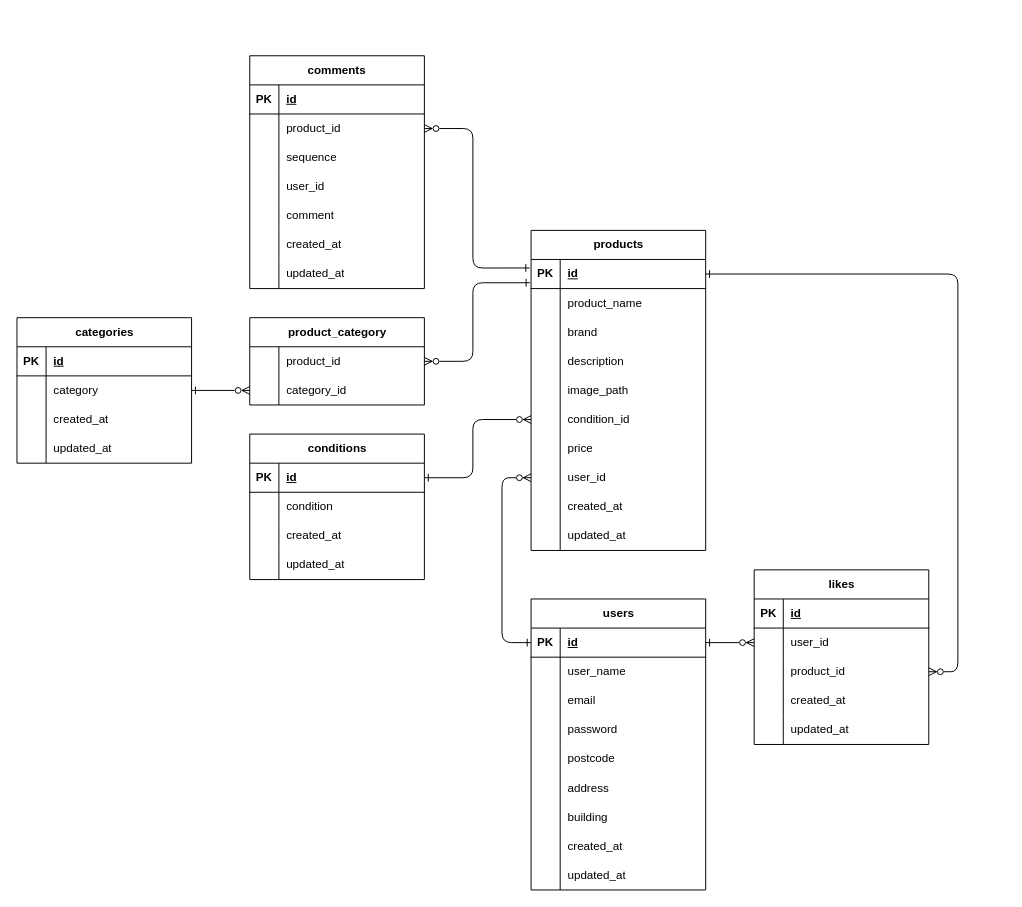
This is ER図..drawio from Takeshi410/fleamarket, a draw.io file, before an edit. Source tidied: cells renumbered, new cells numbered last; positions are measured from the earlier drawing's top-left corner, leaving out a move shared by most shapes. Both pictures are drawn from the tidied source at 97%, with x=0, y=0 at pixel (16, 55).
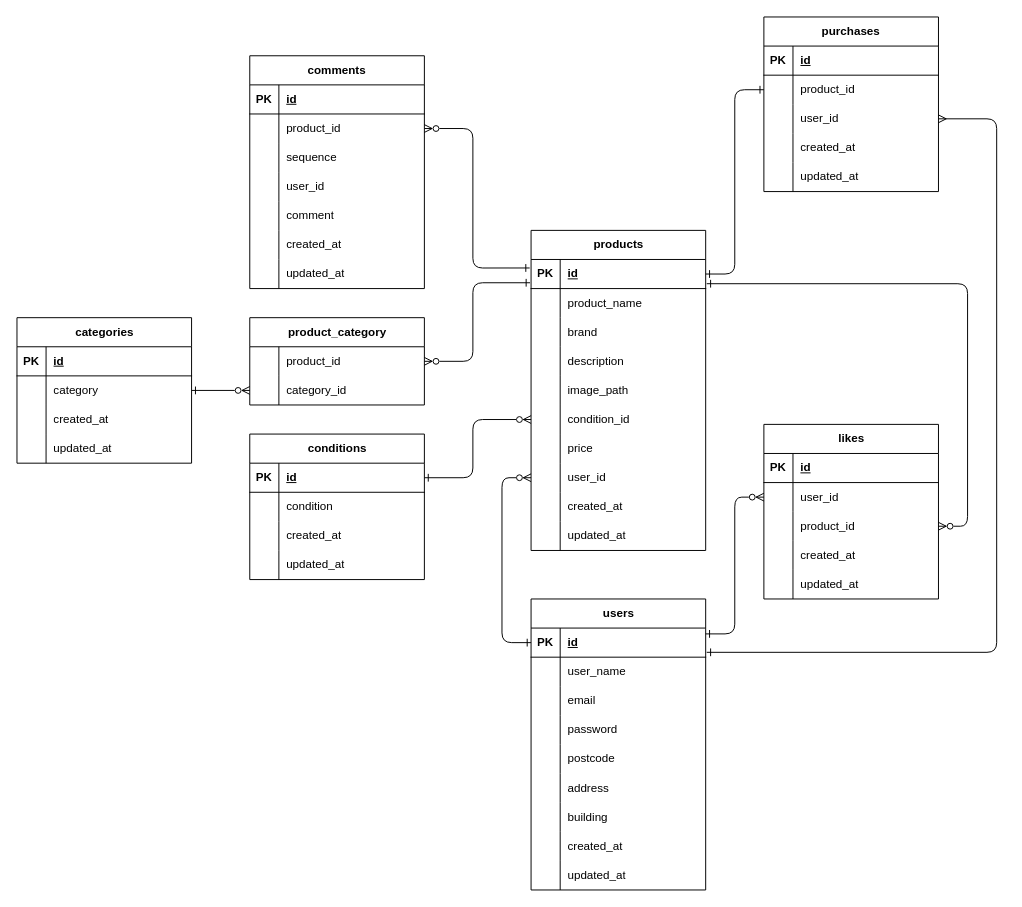
The same diagram, later.

The change refers to these unchanged cells:
```xml
<mxCell id="3" style="shape=tableRow;horizontal=0;startSize=0;swimlaneHead=0;swimlaneBody=0;fillColor=none;points=[[0,0.5],[1,0.5]];portConstraint=eastwest;top=0;left=0;right=0;bottom=1;" parent="2" vertex="1">
  <mxGeometry y="30" width="180" height="30" as="geometry" />
</mxCell>
<mxCell id="61" style="shape=tableRow;horizontal=0;startSize=0;swimlaneHead=0;swimlaneBody=0;fillColor=none;points=[[0,0.5],[1,0.5]];portConstraint=eastwest;top=0;left=0;right=0;bottom=1;" parent="60" vertex="1">
  <mxGeometry y="30" width="180" height="30" as="geometry" />
</mxCell>
<mxCell id="92" style="shape=tableRow;horizontal=0;startSize=0;swimlaneHead=0;swimlaneBody=0;fillColor=none;points=[[0,0.5],[1,0.5]];portConstraint=eastwest;top=0;left=0;right=0;bottom=0;" parent="88" vertex="1">
  <mxGeometry y="60" width="180" height="30" as="geometry" />
</mxCell>
<mxCell id="95" style="shape=tableRow;horizontal=0;startSize=0;swimlaneHead=0;swimlaneBody=0;fillColor=none;points=[[0,0.5],[1,0.5]];portConstraint=eastwest;top=0;left=0;right=0;bottom=0;" parent="88" vertex="1">
  <mxGeometry y="90" width="180" height="30" as="geometry" />
</mxCell>
```

The edit, as a diff of the source:
```diff
@@
     <mxCell id="88" value="likes" style="shape=table;startSize=30;childLayout=tableLayout;rowLines=0;fontStyle=1;align=center;html=1;" parent="1" vertex="1">
-      <mxGeometry x="760" y="530" width="180" height="180" as="geometry" />
+      <mxGeometry x="770" y="380" width="180" height="180" as="geometry" />
     </mxCell>
@@
-    <mxCell id="126" style="edgeStyle=none;html=1;entryX=1;entryY=0.5;entryDx=0;entryDy=0;endArrow=ERone;endFill=0;startArrow=ERzeroToMany;startFill=0;" parent="1" edge="1" source="92" target="61">
+    <mxCell id="126" style="edgeStyle=orthogonalEdgeStyle;html=1;endArrow=ERone;endFill=0;startArrow=ERzeroToMany;startFill=0;exitX=0;exitY=0.5;exitDx=0;exitDy=0;entryX=1;entryY=0.2;entryDx=0;entryDy=0;entryPerimeter=0;" parent="1" edge="1" source="92" target="61">
       <mxGeometry relative="1" as="geometry" />
     </mxCell>
-    <mxCell id="127" style="edgeStyle=orthogonalEdgeStyle;html=1;entryX=1;entryY=0.5;entryDx=0;entryDy=0;exitX=1;exitY=0.5;exitDx=0;exitDy=0;endArrow=ERone;endFill=0;startArrow=ERzeroToMany;startFill=0;" parent="1" edge="1" source="95" target="3">
+    <mxCell id="127" style="edgeStyle=orthogonalEdgeStyle;html=1;exitX=1;exitY=0.5;exitDx=0;exitDy=0;endArrow=ERone;endFill=0;startArrow=ERzeroToMany;startFill=0;entryX=1.006;entryY=0.833;entryDx=0;entryDy=0;entryPerimeter=0;" parent="1" edge="1" source="95" target="3">
       <mxGeometry relative="1" as="geometry">
         <Array as="points">
-          <mxPoint x="970" y="635" />
-          <mxPoint x="970" y="225" />
+          <mxPoint x="980" y="485" />
+          <mxPoint x="980" y="235" />
         </Array>
       </mxGeometry>
     </mxCell>
@@
+    <mxCell id="139" value="purchases" style="shape=table;startSize=30;childLayout=tableLayout;rowLines=0;fontStyle=1;align=center;html=1;whiteSpace=wrap;" parent="1" vertex="1">
+      <mxGeometry x="770" y="-40" width="180" height="180" as="geometry" />
+    </mxCell>
+    <mxCell id="140" style="shape=tableRow;horizontal=0;startSize=0;swimlaneHead=0;swimlaneBody=0;fillColor=none;top=0;left=0;right=0;bottom=1;" parent="139" vertex="1">
+      <mxGeometry y="30" width="180" height="30" as="geometry" />
+    </mxCell>
+    <mxCell id="141" value="PK" style="shape=partialRectangle;fillColor=none;top=0;left=0;bottom=0;right=0;fontStyle=1;overflow=hidden;whiteSpace=wrap;html=1;" parent="140" vertex="1">
+      <mxGeometry width="30" height="30" as="geometry" />
+    </mxCell>
+    <mxCell id="142" value="id" style="shape=partialRectangle;fillColor=none;top=0;left=0;bottom=0;right=0;align=left;spacingLeft=6;fontStyle=5;overflow=hidden;whiteSpace=wrap;html=1;" parent="140" vertex="1">
+      <mxGeometry x="30" width="150" height="30" as="geometry" />
+    </mxCell>
+    <mxCell id="143" style="shape=tableRow;horizontal=0;startSize=0;swimlaneHead=0;swimlaneBody=0;fillColor=none;points=[[0,0.5],[1,0.5]];portConstraint=eastwest;top=0;left=0;right=0;bottom=0;" parent="139" vertex="1">
+      <mxGeometry y="60" width="180" height="30" as="geometry" />
+    </mxCell>
+    <mxCell id="144" style="shape=partialRectangle;fillColor=none;top=0;left=0;bottom=0;right=0;overflow=hidden;whiteSpace=wrap;html=1;" parent="143" vertex="1">
+      <mxGeometry width="30" height="30" as="geometry" />
+    </mxCell>
+    <mxCell id="145" value="product_id" style="shape=partialRectangle;fillColor=none;top=0;left=0;bottom=0;right=0;align=left;spacingLeft=6;overflow=hidden;whiteSpace=wrap;html=1;" parent="143" vertex="1">
+      <mxGeometry x="30" width="150" height="30" as="geometry" />
+    </mxCell>
+    <mxCell id="146" style="shape=tableRow;horizontal=0;startSize=0;swimlaneHead=0;swimlaneBody=0;fillColor=none;points=[[0,0.5],[1,0.5]];portConstraint=eastwest;top=0;left=0;right=0;bottom=0;" parent="139" vertex="1">
+      <mxGeometry y="90" width="180" height="30" as="geometry" />
+    </mxCell>
+    <mxCell id="147" style="shape=partialRectangle;fillColor=none;top=0;left=0;bottom=0;right=0;overflow=hidden;whiteSpace=wrap;html=1;" parent="146" vertex="1">
+      <mxGeometry width="30" height="30" as="geometry" />
+    </mxCell>
+    <mxCell id="148" value="user_id" style="shape=partialRectangle;fillColor=none;top=0;left=0;bottom=0;right=0;align=left;spacingLeft=6;overflow=hidden;whiteSpace=wrap;html=1;" parent="146" vertex="1">
+      <mxGeometry x="30" width="150" height="30" as="geometry" />
+    </mxCell>
+    <mxCell id="149" style="shape=tableRow;horizontal=0;startSize=0;swimlaneHead=0;swimlaneBody=0;fillColor=none;top=0;left=0;right=0;bottom=0;" parent="139" vertex="1">
+      <mxGeometry y="120" width="180" height="30" as="geometry" />
+    </mxCell>
+    <mxCell id="150" style="shape=partialRectangle;fillColor=none;top=0;left=0;bottom=0;right=0;overflow=hidden;whiteSpace=wrap;html=1;" parent="149" vertex="1">
+      <mxGeometry width="30" height="30" as="geometry" />
+    </mxCell>
+    <mxCell id="151" value="&lt;span style=&quot;color: rgb(0, 0, 0);&quot;&gt;created_at&lt;/span&gt;" style="shape=partialRectangle;fillColor=none;top=0;left=0;bottom=0;right=0;align=left;spacingLeft=6;overflow=hidden;whiteSpace=wrap;html=1;" parent="149" vertex="1">
+      <mxGeometry x="30" width="150" height="30" as="geometry" />
+    </mxCell>
+    <mxCell id="152" style="shape=tableRow;horizontal=0;startSize=0;swimlaneHead=0;swimlaneBody=0;fillColor=none;top=0;left=0;right=0;bottom=0;" parent="139" vertex="1">
+      <mxGeometry y="150" width="180" height="30" as="geometry" />
+    </mxCell>
+    <mxCell id="153" style="shape=partialRectangle;fillColor=none;top=0;left=0;bottom=0;right=0;overflow=hidden;whiteSpace=wrap;html=1;" parent="152" vertex="1">
+      <mxGeometry width="30" height="30" as="geometry" />
+    </mxCell>
+    <mxCell id="154" value="&lt;span style=&quot;color: rgb(0, 0, 0);&quot;&gt;updated_at&lt;/span&gt;" style="shape=partialRectangle;fillColor=none;top=0;left=0;bottom=0;right=0;align=left;spacingLeft=6;overflow=hidden;whiteSpace=wrap;html=1;" parent="152" vertex="1">
+      <mxGeometry x="30" width="150" height="30" as="geometry" />
+    </mxCell>
+    <mxCell id="155" style="edgeStyle=orthogonalEdgeStyle;html=1;entryX=1;entryY=0.5;entryDx=0;entryDy=0;startArrow=ERone;startFill=0;endArrow=ERone;endFill=0;" parent="1" edge="1" source="143" target="3">
+      <mxGeometry relative="1" as="geometry">
+        <Array as="points">
+          <mxPoint x="740" y="35" />
+          <mxPoint x="740" y="225" />
+        </Array>
+      </mxGeometry>
+    </mxCell>
+    <mxCell id="156" style="edgeStyle=orthogonalEdgeStyle;html=1;startArrow=ERmany;startFill=0;endArrow=ERone;endFill=0;entryX=1.006;entryY=0.833;entryDx=0;entryDy=0;entryPerimeter=0;" parent="1" edge="1" source="146" target="61">
+      <mxGeometry relative="1" as="geometry">
+        <Array as="points">
+          <mxPoint x="1010" y="65" />
+          <mxPoint x="1010" y="615" />
+        </Array>
+      </mxGeometry>
+    </mxCell>
```
